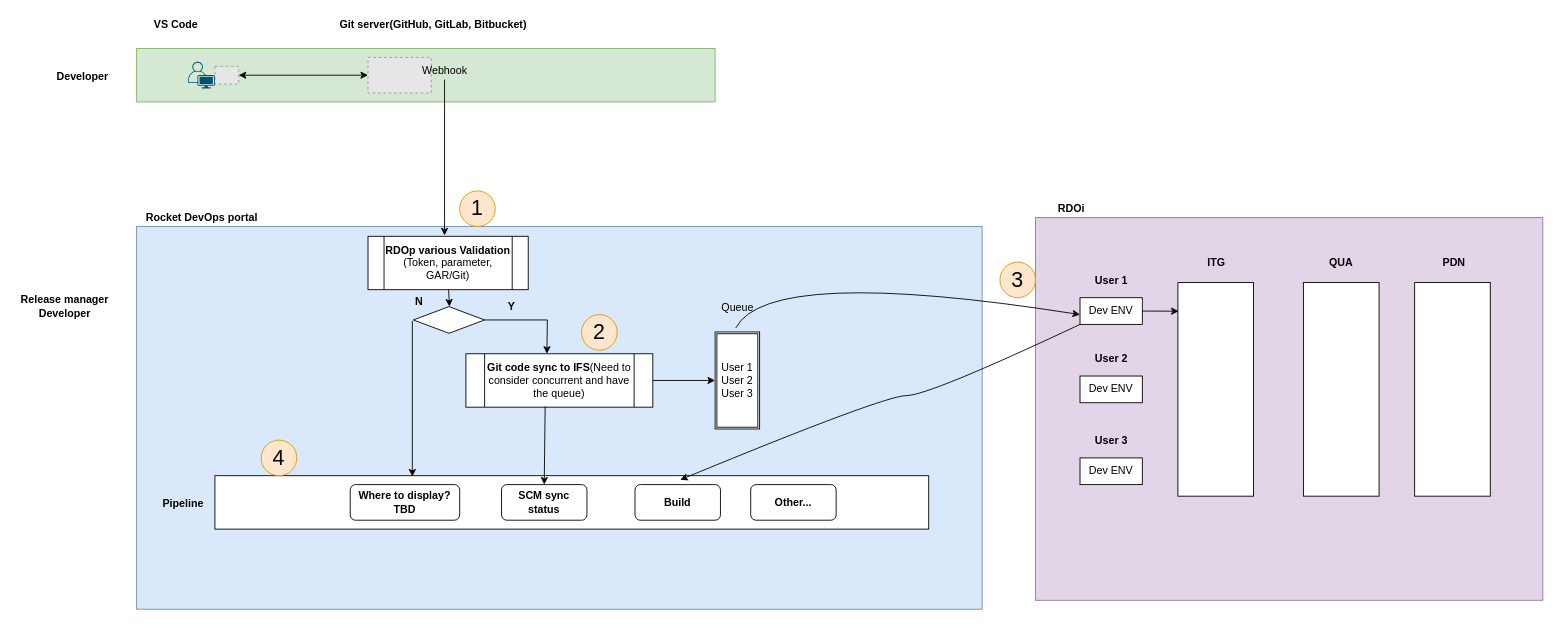
This is Untitled Diagram.drawio from dingzhanxing/Diagram, a draw.io file, before an edit. Source tidied: cells renumbered, new cells numbered last; positions are measured from the earlier drawing's top-left corner, leaving out a move shared by most shapes. Both pictures are drawn from the tidied source at 89%, with x=0, y=0 at pixel (15, 15). Pictures stored in the file or linked from it are replaced by grey dashed boxes.
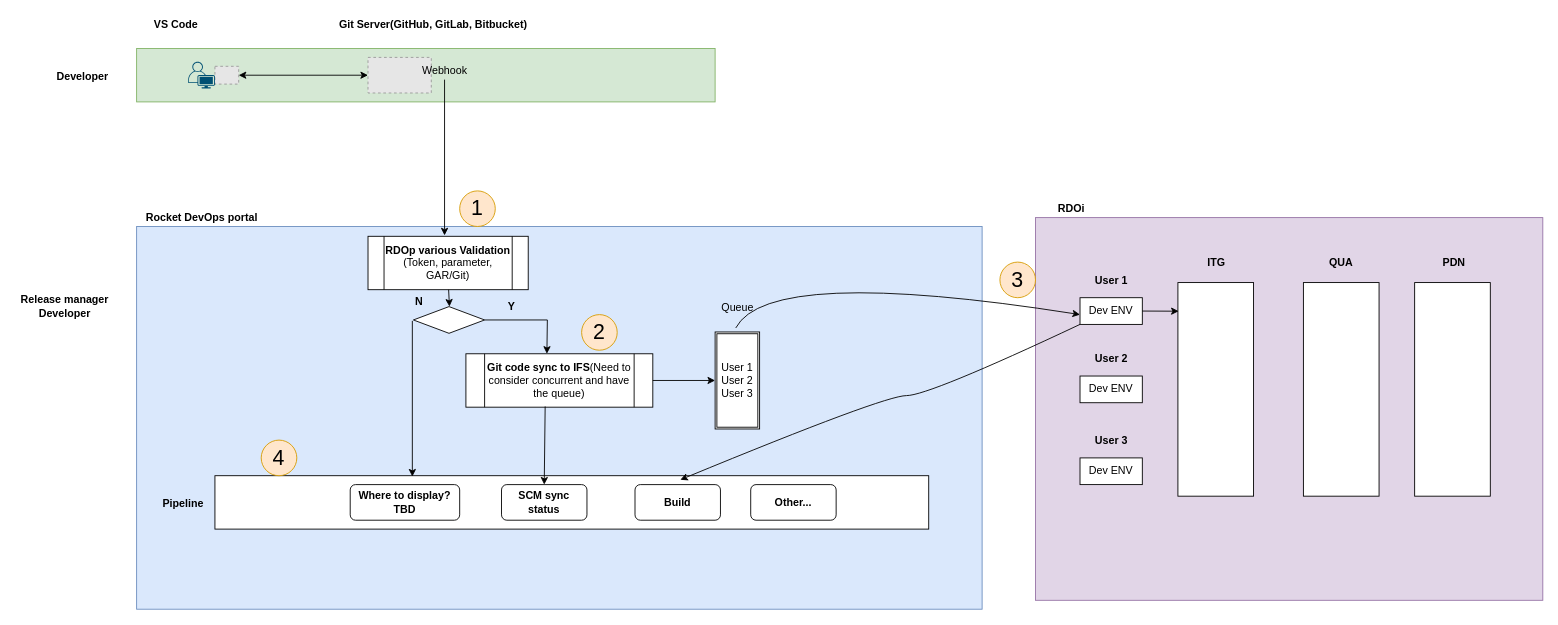
The same diagram, later.

The edit, as a diff of the source:
```diff
@@
-    <mxCell id="29" value="&lt;b&gt;Git server(GitHub, GitLab, Bitbucket)&lt;/b&gt;" style="text;html=1;align=center;verticalAlign=middle;fillColor=none;strokeColor=none;rounded=0;" parent="1" vertex="1">
+    <mxCell id="29" value="&lt;b&gt;Git Server(GitHub, GitLab, Bitbucket)&lt;/b&gt;" style="text;html=1;align=center;verticalAlign=middle;fillColor=none;strokeColor=none;rounded=0;" parent="1" vertex="1">
       <mxGeometry x="354" width="230" height="20" as="geometry" />
     </mxCell>
```
